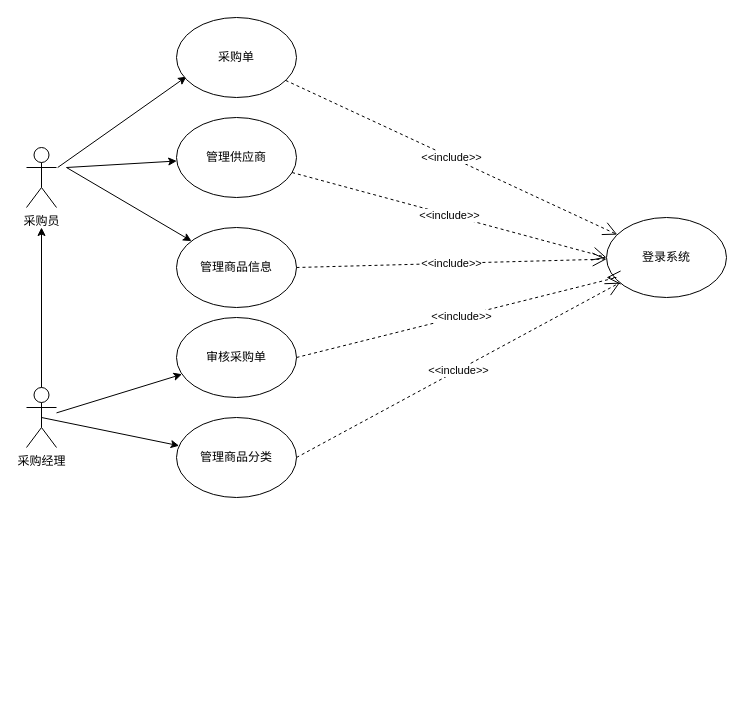
Above: 未命名绘图.drawio in Big-Mouth/-Predict-future-sale- (draw.io), before the change. Source tidied: cells renumbered, new cells numbered last; positions are measured from the earlier drawing's top-left corner, leaving out a move shared by most shapes. Both pictures are drawn from the tidied source at 100%, with x=0, y=0 at pixel (26, 17).
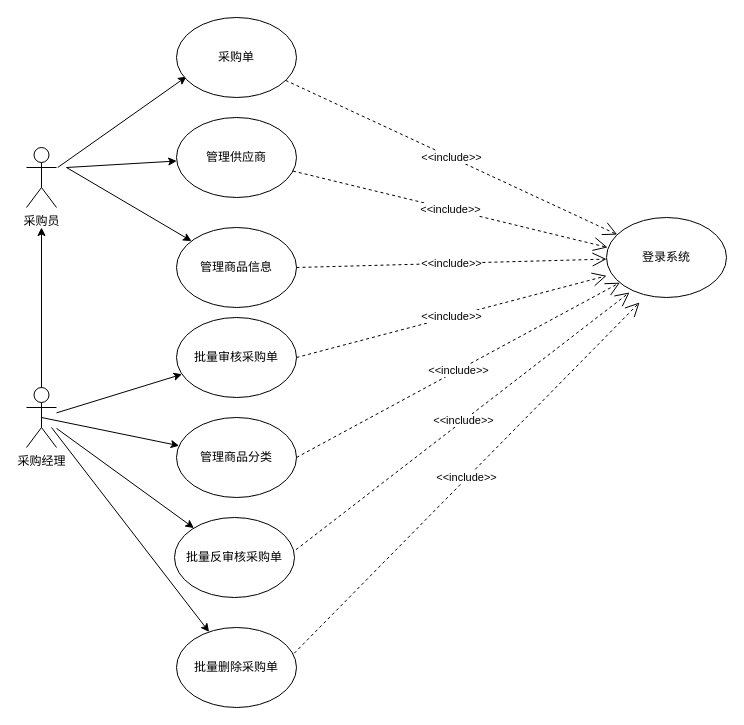
Above is the later version.

Commit message:
更新未命名绘图.drawio

Unchanged cells that the change refers to:
```xml
<mxCell id="3" value="采购经理" style="shape=umlActor;verticalLabelPosition=bottom;verticalAlign=top;html=1;outlineConnect=0;" parent="1" vertex="1">
  <mxGeometry y="370" width="30" height="60" as="geometry" />
</mxCell>
<mxCell id="8" value="管理供应商" style="ellipse;whiteSpace=wrap;html=1;" parent="1" vertex="1">
  <mxGeometry x="150" y="100" width="120" height="80" as="geometry" />
</mxCell>
<mxCell id="15" value="登录系统" style="ellipse;whiteSpace=wrap;html=1;" parent="1" vertex="1">
  <mxGeometry x="580" y="200" width="120" height="80" as="geometry" />
</mxCell>
```

What changed in the source:
```diff
@@
-    <mxCell id="12" value="审核采购单" style="ellipse;whiteSpace=wrap;html=1;" parent="1" vertex="1">
+    <mxCell id="12" value="批量审核采购单" style="ellipse;whiteSpace=wrap;html=1;" parent="1" vertex="1">
       <mxGeometry x="150" y="300" width="120" height="80" as="geometry" />
     </mxCell>
@@
-    <mxCell id="17" value="&amp;lt;&amp;lt;include&amp;gt;&amp;gt;" style="endArrow=open;endSize=12;dashed=1;html=1;rounded=0;entryX=0;entryY=0.5;entryDx=0;entryDy=0;" parent="1" edge="1" source="8" target="15">
+    <mxCell id="17" value="&amp;lt;&amp;lt;include&amp;gt;&amp;gt;" style="endArrow=open;endSize=12;dashed=1;html=1;rounded=0;entryX=0.009;entryY=0.374;entryDx=0;entryDy=0;entryPerimeter=0;" parent="1" edge="1" source="8" target="15">
       <mxGeometry relative="1" as="geometry" />
     </mxCell>
@@
-    <mxCell id="19" value="&amp;lt;&amp;lt;include&amp;gt;&amp;gt;" style="endArrow=open;endSize=12;dashed=1;html=1;rounded=0;exitX=1;exitY=0.5;exitDx=0;exitDy=0;" parent="1" edge="1" source="12">
-      <mxGeometry relative="1" as="geometry">
-        <mxPoint x="580" y="260" as="targetPoint" />
-        <Array as="points">
-          <mxPoint x="590" y="260" />
-        </Array>
-      </mxGeometry>
-    </mxCell>
@@
+    <mxCell id="21" value="&amp;lt;&amp;lt;include&amp;gt;&amp;gt;" style="endArrow=open;endSize=12;dashed=1;html=1;rounded=0;exitX=1;exitY=0.5;exitDx=0;exitDy=0;entryX=0.001;entryY=0.729;entryDx=0;entryDy=0;entryPerimeter=0;" parent="1" edge="1" source="12" target="15">
+      <mxGeometry relative="1" as="geometry" />
+    </mxCell>
+    <mxCell id="22" style="endArrow=classic;html=1;rounded=0;" parent="1" edge="1" source="3" target="23">
+      <mxGeometry relative="1" as="geometry" />
+    </mxCell>
+    <mxCell id="23" value="批量反审核采购单" style="ellipse;whiteSpace=wrap;html=1;" parent="1" vertex="1">
+      <mxGeometry x="148" y="500" width="120" height="80" as="geometry" />
+    </mxCell>
+    <mxCell id="24" value="&amp;lt;&amp;lt;include&amp;gt;&amp;gt;" style="endArrow=open;endSize=12;dashed=1;html=1;rounded=0;exitX=1.012;exitY=0.403;exitDx=0;exitDy=0;exitPerimeter=0;" parent="1" edge="1" source="23">
+      <mxGeometry relative="1" as="geometry">
+        <mxPoint x="603" y="275" as="targetPoint" />
+      </mxGeometry>
+    </mxCell>
+    <mxCell id="25" style="endArrow=classic;html=1;rounded=0;exitX=0.5;exitY=0.5;exitDx=0;exitDy=0;exitPerimeter=0;" parent="1" edge="1" target="26">
+      <mxGeometry relative="1" as="geometry">
+        <mxPoint x="25" y="410" as="sourcePoint" />
+      </mxGeometry>
+    </mxCell>
+    <mxCell id="26" value="批量删除采购单" style="ellipse;whiteSpace=wrap;html=1;" parent="1" vertex="1">
+      <mxGeometry x="150" y="610" width="120" height="80" as="geometry" />
+    </mxCell>
+    <mxCell id="27" value="&amp;lt;&amp;lt;include&amp;gt;&amp;gt;" style="endArrow=open;endSize=12;dashed=1;html=1;rounded=0;exitX=0.981;exitY=0.322;exitDx=0;exitDy=0;exitPerimeter=0;" parent="1" edge="1" source="26">
+      <mxGeometry relative="1" as="geometry">
+        <mxPoint x="613" y="285" as="targetPoint" />
+      </mxGeometry>
+    </mxCell>
```
